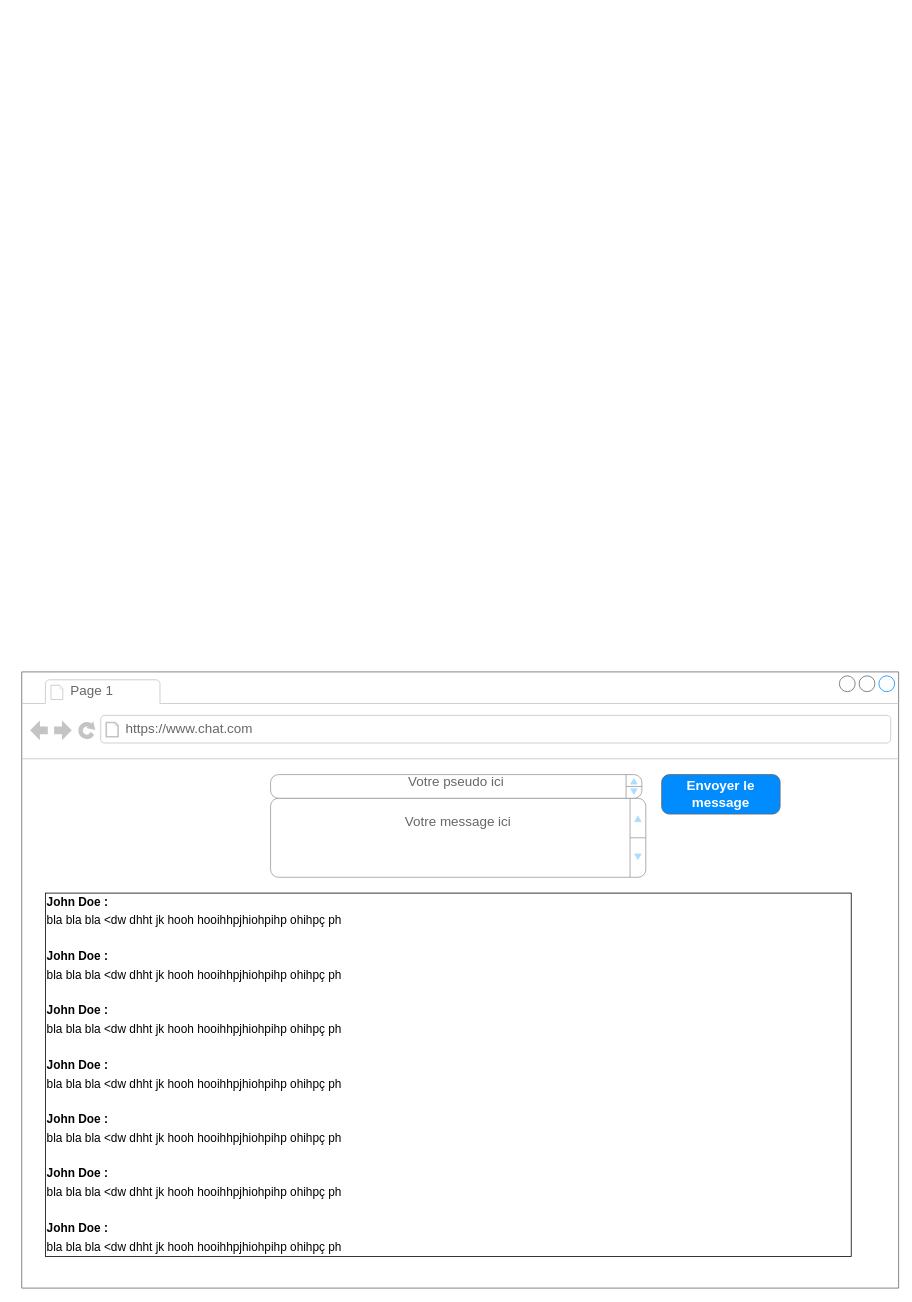
Earlier version of the draw.io diagram mockup_chat.drawio (jeremyannereau/ECF). Source tidied: cells renumbered, new cells numbered last; positions are measured from the earlier drawing's top-left corner, leaving out a move shared by most shapes. Both pictures are drawn from the tidied source at 79%, with x=0, y=0 at pixel (21, 672).
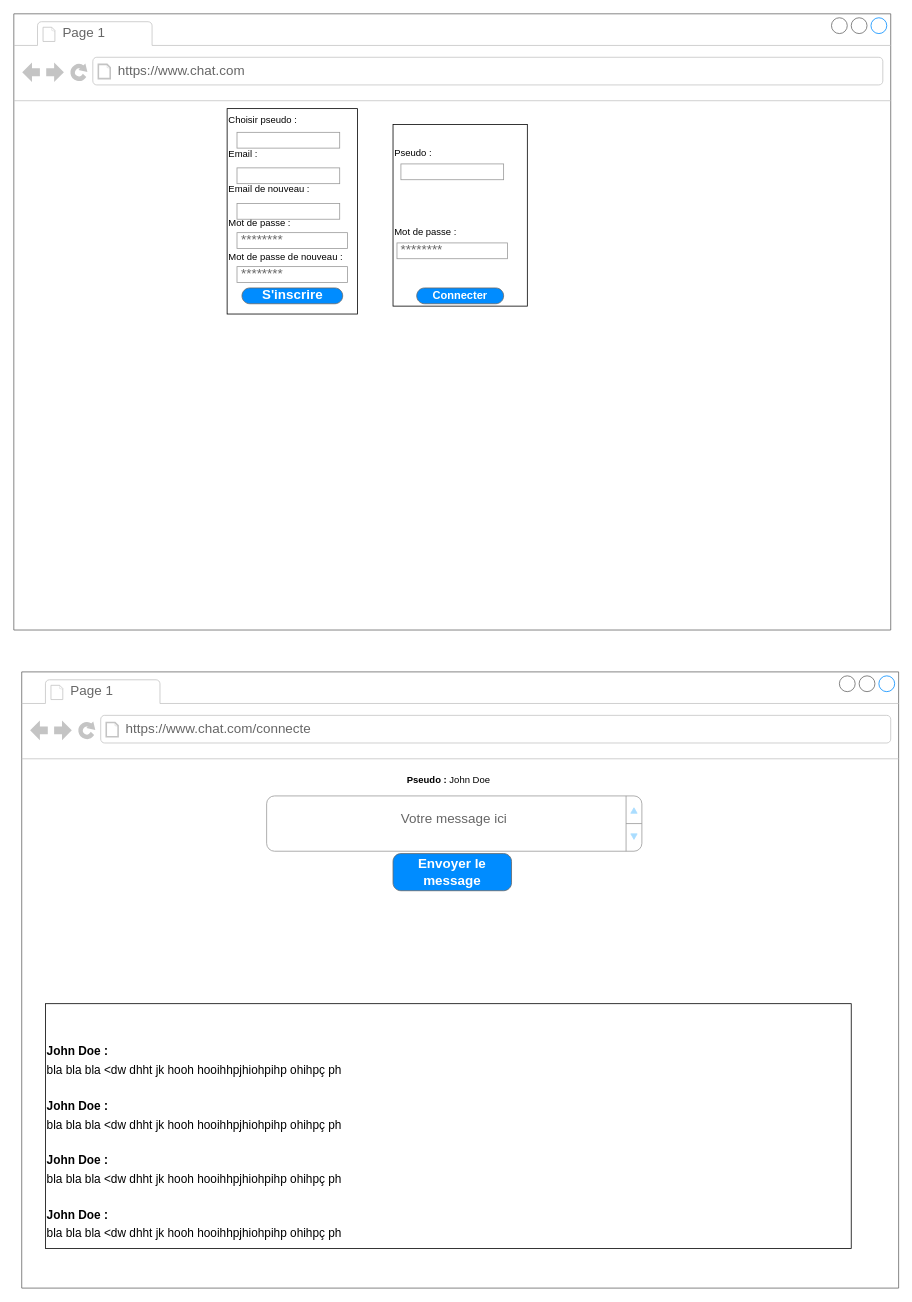
The same diagram, later.

The change refers to these unchanged cells:
```xml
<mxCell id="2" style="strokeWidth=1;shadow=0;dashed=0;align=center;html=1;shape=mxgraph.mockup.containers.browserWindow;rSize=0;strokeColor=#666666;strokeColor2=#008cff;strokeColor3=#c4c4c4;mainText=,;" parent="1" vertex="1">
  <mxGeometry width="1110" height="780" as="geometry" />
</mxCell>
```

What changed in the source:
```diff
@@
-    <mxCell id="4" value="https://www.chat.com" style="strokeWidth=1;shadow=0;dashed=0;align=center;html=1;shape=mxgraph.mockup.containers.anchor;rSize=0;fontSize=17;fontColor=#666666;align=left;" parent="2" vertex="1">
+    <mxCell id="4" value="https://www.chat.com/connecte" style="strokeWidth=1;shadow=0;dashed=0;align=center;html=1;shape=mxgraph.mockup.containers.anchor;rSize=0;fontSize=17;fontColor=#666666;align=left;" parent="2" vertex="1">
       <mxGeometry x="130" y="60" width="250" height="26" as="geometry" />
     </mxCell>
+    <mxCell id="8" value="&lt;p style=&quot;line-height: 80%&quot;&gt;&lt;br&gt;&lt;/p&gt;&lt;p style=&quot;line-height: 9.6px&quot;&gt;&lt;br&gt;&lt;/p&gt;&lt;p style=&quot;line-height: 9.6px&quot;&gt;&lt;b&gt;&lt;font style=&quot;font-size: 15px&quot;&gt;John Doe :&amp;nbsp;&lt;/font&gt;&lt;/b&gt;&lt;/p&gt;&lt;p style=&quot;line-height: 9.6px&quot;&gt;&lt;span style=&quot;font-size: 15px&quot;&gt;bla bla bla &amp;lt;dw dhht jk hooh hooihhpjhiohpihp ohihpç ph&lt;/span&gt;&amp;nbsp;&lt;/p&gt;&lt;p style=&quot;line-height: 9.6px&quot;&gt;&lt;br&gt;&lt;/p&gt;&lt;p style=&quot;line-height: 9.6px&quot;&gt;&lt;b&gt;&lt;font style=&quot;font-size: 15px&quot;&gt;John Doe :&amp;nbsp;&lt;/font&gt;&lt;/b&gt;&lt;/p&gt;&lt;p style=&quot;line-height: 9.6px&quot;&gt;&lt;span style=&quot;font-size: 15px&quot;&gt;bla bla bla &amp;lt;dw dhht jk hooh hooihhpjhiohpihp ohihpç ph&lt;/span&gt;&amp;nbsp;&lt;/p&gt;&lt;p style=&quot;line-height: 9.6px&quot;&gt;&lt;br&gt;&lt;/p&gt;&lt;p style=&quot;line-height: 9.6px&quot;&gt;&lt;b&gt;&lt;font style=&quot;font-size: 15px&quot;&gt;John Doe :&amp;nbsp;&lt;/font&gt;&lt;/b&gt;&lt;/p&gt;&lt;p style=&quot;line-height: 9.6px&quot;&gt;&lt;span style=&quot;font-size: 15px&quot;&gt;bla bla bla &amp;lt;dw dhht jk hooh hooihhpjhiohpihp ohihpç ph&lt;/span&gt;&amp;nbsp;&lt;/p&gt;&lt;p style=&quot;line-height: 9.6px&quot;&gt;&lt;br&gt;&lt;/p&gt;&lt;p style=&quot;line-height: 9.6px&quot;&gt;&lt;b&gt;&lt;font style=&quot;font-size: 15px&quot;&gt;John Doe :&amp;nbsp;&lt;/font&gt;&lt;/b&gt;&lt;/p&gt;&lt;p style=&quot;line-height: 9.6px&quot;&gt;&lt;span style=&quot;font-size: 15px&quot;&gt;bla bla bla &amp;lt;dw dhht jk hooh hooihhpjhiohpihp ohihpç ph&lt;/span&gt;&amp;nbsp;&lt;/p&gt;" style="whiteSpace=wrap;html=1;align=left;" parent="2" vertex="1">
+      <mxGeometry x="30" y="420" width="1020" height="310" as="geometry" />
+    </mxCell>
     <mxCell id="5" value="&lt;br&gt;Votre message ici" style="strokeWidth=1;shadow=0;dashed=0;align=center;html=1;shape=mxgraph.mockup.forms.spinner;strokeColor=#999999;spinLayout=right;spinStyle=normal;adjStyle=triangle;fillColor=#aaddff;fontSize=17;fontColor=#666666;mainText=;html=1;overflow=fill;" parent="2" vertex="1">
-      <mxGeometry x="315" y="160" width="475" height="100" as="geometry" />
+      <mxGeometry x="310" y="157" width="475" height="70" as="geometry" />
     </mxCell>
-    <mxCell id="6" value="Votre pseudo ici" style="strokeWidth=1;shadow=0;dashed=0;align=center;html=1;shape=mxgraph.mockup.forms.spinner;strokeColor=#999999;spinLayout=right;spinStyle=normal;adjStyle=triangle;fillColor=#aaddff;fontSize=17;fontColor=#666666;mainText=;html=1;overflow=fill;" parent="2" vertex="1">
-      <mxGeometry x="315" y="130" width="470" height="30" as="geometry" />
-    </mxCell>
     <mxCell id="7" value="Envoyer le message" style="strokeWidth=1;shadow=0;dashed=0;align=center;html=1;shape=mxgraph.mockup.buttons.button;strokeColor=#666666;fontColor=#ffffff;mainText=;buttonStyle=round;fontSize=17;fontStyle=1;fillColor=#008cff;whiteSpace=wrap;" parent="2" vertex="1">
-      <mxGeometry x="810" y="130" width="150" height="50" as="geometry" />
+      <mxGeometry x="470" y="230" width="150" height="47" as="geometry" />
     </mxCell>
-    <mxCell id="8" value="&lt;p style=&quot;line-height: 80%&quot;&gt;&lt;b&gt;&lt;font style=&quot;font-size: 15px&quot;&gt;John Doe :&amp;nbsp;&lt;/font&gt;&lt;/b&gt;&lt;/p&gt;&lt;p style=&quot;line-height: 80%&quot;&gt;&lt;span style=&quot;font-size: 15px&quot;&gt;bla bla bla &amp;lt;dw dhht jk hooh hooihhpjhiohpihp ohihpç ph&lt;/span&gt;&amp;nbsp;&lt;/p&gt;&lt;p style=&quot;line-height: 80%&quot;&gt;&lt;br&gt;&lt;/p&gt;&lt;p style=&quot;line-height: 9.6px&quot;&gt;&lt;b&gt;&lt;font style=&quot;font-size: 15px&quot;&gt;John Doe :&amp;nbsp;&lt;/font&gt;&lt;/b&gt;&lt;/p&gt;&lt;p style=&quot;line-height: 9.6px&quot;&gt;&lt;span style=&quot;font-size: 15px&quot;&gt;bla bla bla &amp;lt;dw dhht jk hooh hooihhpjhiohpihp ohihpç ph&lt;/span&gt;&amp;nbsp;&lt;/p&gt;&lt;p style=&quot;line-height: 9.6px&quot;&gt;&lt;br&gt;&lt;/p&gt;&lt;p style=&quot;line-height: 9.6px&quot;&gt;&lt;b&gt;&lt;font style=&quot;font-size: 15px&quot;&gt;John Doe :&amp;nbsp;&lt;/font&gt;&lt;/b&gt;&lt;/p&gt;&lt;p style=&quot;line-height: 9.6px&quot;&gt;&lt;span style=&quot;font-size: 15px&quot;&gt;bla bla bla &amp;lt;dw dhht jk hooh hooihhpjhiohpihp ohihpç ph&lt;/span&gt;&amp;nbsp;&lt;/p&gt;&lt;p style=&quot;line-height: 9.6px&quot;&gt;&lt;br&gt;&lt;/p&gt;&lt;p style=&quot;line-height: 9.6px&quot;&gt;&lt;b&gt;&lt;font style=&quot;font-size: 15px&quot;&gt;John Doe :&amp;nbsp;&lt;/font&gt;&lt;/b&gt;&lt;/p&gt;&lt;p style=&quot;line-height: 9.6px&quot;&gt;&lt;span style=&quot;font-size: 15px&quot;&gt;bla bla bla &amp;lt;dw dhht jk hooh hooihhpjhiohpihp ohihpç ph&lt;/span&gt;&amp;nbsp;&lt;/p&gt;&lt;p style=&quot;line-height: 9.6px&quot;&gt;&lt;br&gt;&lt;/p&gt;&lt;p style=&quot;line-height: 9.6px&quot;&gt;&lt;b&gt;&lt;font style=&quot;font-size: 15px&quot;&gt;John Doe :&amp;nbsp;&lt;/font&gt;&lt;/b&gt;&lt;/p&gt;&lt;p style=&quot;line-height: 9.6px&quot;&gt;&lt;span style=&quot;font-size: 15px&quot;&gt;bla bla bla &amp;lt;dw dhht jk hooh hooihhpjhiohpihp ohihpç ph&lt;/span&gt;&amp;nbsp;&lt;/p&gt;&lt;p style=&quot;line-height: 9.6px&quot;&gt;&lt;br&gt;&lt;/p&gt;&lt;p style=&quot;line-height: 9.6px&quot;&gt;&lt;b&gt;&lt;font style=&quot;font-size: 15px&quot;&gt;John Doe :&amp;nbsp;&lt;/font&gt;&lt;/b&gt;&lt;/p&gt;&lt;p style=&quot;line-height: 9.6px&quot;&gt;&lt;span style=&quot;font-size: 15px&quot;&gt;bla bla bla &amp;lt;dw dhht jk hooh hooihhpjhiohpihp ohihpç ph&lt;/span&gt;&amp;nbsp;&lt;/p&gt;&lt;p style=&quot;line-height: 9.6px&quot;&gt;&lt;br&gt;&lt;/p&gt;&lt;p style=&quot;line-height: 9.6px&quot;&gt;&lt;b&gt;&lt;font style=&quot;font-size: 15px&quot;&gt;John Doe :&amp;nbsp;&lt;/font&gt;&lt;/b&gt;&lt;/p&gt;&lt;p style=&quot;line-height: 9.6px&quot;&gt;&lt;span style=&quot;font-size: 15px&quot;&gt;bla bla bla &amp;lt;dw dhht jk hooh hooihhpjhiohpihp ohihpç ph&lt;/span&gt;&amp;nbsp;&lt;/p&gt;" style="whiteSpace=wrap;html=1;align=left;" parent="2" vertex="1">
-      <mxGeometry x="30" y="280" width="1020" height="460" as="geometry" />
-    </mxCell>
+    <mxCell id="9" value="&lt;b&gt;Pseudo :&lt;/b&gt; John Doe" style="text;html=1;align=center;verticalAlign=middle;" parent="2" vertex="1">
+      <mxGeometry x="480" y="127" width="120" height="20" as="geometry" />
+    </mxCell>
+    <mxCell id="10" style="strokeWidth=1;shadow=0;dashed=0;align=center;html=1;shape=mxgraph.mockup.containers.browserWindow;rSize=0;strokeColor=#666666;strokeColor2=#008cff;strokeColor3=#c4c4c4;mainText=,;" parent="1" vertex="1">
+      <mxGeometry x="-10" y="-833" width="1110" height="780" as="geometry" />
+    </mxCell>
+    <mxCell id="11" value="Page 1" style="strokeWidth=1;shadow=0;dashed=0;align=center;html=1;shape=mxgraph.mockup.containers.anchor;fontSize=17;fontColor=#666666;align=left;" parent="10" vertex="1">
+      <mxGeometry x="60" y="12" width="110" height="26" as="geometry" />
+    </mxCell>
+    <mxCell id="12" value="https://www.chat.com" style="strokeWidth=1;shadow=0;dashed=0;align=center;html=1;shape=mxgraph.mockup.containers.anchor;rSize=0;fontSize=17;fontColor=#666666;align=left;" parent="10" vertex="1">
+      <mxGeometry x="130" y="60" width="250" height="26" as="geometry" />
+    </mxCell>
+    <mxCell id="13" value="Choisir pseudo :&lt;br&gt;&lt;br&gt;&lt;br&gt;Email :&lt;br&gt;&lt;br&gt;&lt;br&gt;Email de nouveau :&lt;br&gt;&lt;br&gt;&lt;br&gt;Mot de passe :&lt;br&gt;&lt;br&gt;&lt;br&gt;Mot de passe de nouveau :&lt;br&gt;&lt;br&gt;&lt;br&gt;&lt;br&gt;&lt;br&gt;" style="whiteSpace=wrap;html=1;align=left;" parent="10" vertex="1">
+      <mxGeometry x="270" y="120" width="165" height="260" as="geometry" />
+    </mxCell>
+    <mxCell id="14" value="********" style="strokeWidth=1;shadow=0;dashed=0;align=center;html=1;shape=mxgraph.mockup.forms.pwField;strokeColor=#999999;mainText=;align=left;fontColor=#666666;fontSize=17;spacingLeft=3;" parent="10" vertex="1">
+      <mxGeometry x="282.5" y="277" width="140" height="20" as="geometry" />
+    </mxCell>
+    <mxCell id="15" value="********" style="strokeWidth=1;shadow=0;dashed=0;align=center;html=1;shape=mxgraph.mockup.forms.pwField;strokeColor=#999999;mainText=;align=left;fontColor=#666666;fontSize=17;spacingLeft=3;" parent="10" vertex="1">
+      <mxGeometry x="282.5" y="320" width="140" height="20" as="geometry" />
+    </mxCell>
+    <mxCell id="16" style="strokeWidth=1;shadow=0;dashed=0;align=center;html=1;shape=mxgraph.mockup.forms.pwField;strokeColor=#999999;mainText=;align=left;fontColor=#666666;fontSize=17;spacingLeft=3;" parent="10" vertex="1">
+      <mxGeometry x="282.5" y="150" width="130" height="20" as="geometry" />
+    </mxCell>
+    <mxCell id="17" style="strokeWidth=1;shadow=0;dashed=0;align=center;html=1;shape=mxgraph.mockup.forms.pwField;strokeColor=#999999;mainText=;align=left;fontColor=#666666;fontSize=17;spacingLeft=3;" parent="10" vertex="1">
+      <mxGeometry x="282.5" y="195" width="130" height="20" as="geometry" />
+    </mxCell>
+    <mxCell id="18" style="strokeWidth=1;shadow=0;dashed=0;align=center;html=1;shape=mxgraph.mockup.forms.pwField;strokeColor=#999999;mainText=;align=left;fontColor=#666666;fontSize=17;spacingLeft=3;" parent="10" vertex="1">
+      <mxGeometry x="282.5" y="240" width="130" height="20" as="geometry" />
+    </mxCell>
+    <mxCell id="19" value="S'inscrire" style="strokeWidth=1;shadow=0;dashed=0;align=center;html=1;shape=mxgraph.mockup.buttons.button;strokeColor=#666666;fontColor=#ffffff;mainText=;buttonStyle=round;fontSize=17;fontStyle=1;fillColor=#008cff;whiteSpace=wrap;" parent="10" vertex="1">
+      <mxGeometry x="288.8" y="347" width="127.5" height="20" as="geometry" />
+    </mxCell>
+    <mxCell id="20" value="Pseudo :&lt;br&gt;&lt;br&gt;&lt;br&gt;&lt;br&gt;&lt;br&gt;&lt;br&gt;&amp;nbsp; &amp;nbsp; &amp;nbsp; &amp;nbsp; &amp;nbsp; &amp;nbsp; &amp;nbsp; &amp;nbsp; &amp;nbsp; &amp;nbsp; &amp;nbsp; &amp;nbsp; &amp;nbsp; &amp;nbsp; &amp;nbsp; &amp;nbsp; &amp;nbsp; &amp;nbsp;&lt;br&gt;Mot de passe :&lt;br&gt;&lt;br&gt;&lt;br&gt;&lt;br&gt;&lt;br&gt;" style="whiteSpace=wrap;html=1;align=left;" parent="10" vertex="1">
+      <mxGeometry x="480" y="140" width="170" height="230" as="geometry" />
+    </mxCell>
+    <mxCell id="21" style="strokeWidth=1;shadow=0;dashed=0;align=center;html=1;shape=mxgraph.mockup.forms.pwField;strokeColor=#999999;mainText=;align=left;fontColor=#666666;fontSize=17;spacingLeft=3;" parent="10" vertex="1">
+      <mxGeometry x="490" y="190" width="130" height="20" as="geometry" />
+    </mxCell>
+    <mxCell id="22" value="********" style="strokeWidth=1;shadow=0;dashed=0;align=center;html=1;shape=mxgraph.mockup.forms.pwField;strokeColor=#999999;mainText=;align=left;fontColor=#666666;fontSize=17;spacingLeft=3;" parent="10" vertex="1">
+      <mxGeometry x="485" y="290" width="140" height="20" as="geometry" />
+    </mxCell>
+    <mxCell id="23" value="&lt;font style=&quot;font-size: 14px&quot;&gt;Connecter&lt;/font&gt;" style="strokeWidth=1;shadow=0;dashed=0;align=center;html=1;shape=mxgraph.mockup.buttons.button;strokeColor=#666666;fontColor=#ffffff;mainText=;buttonStyle=round;fontSize=17;fontStyle=1;fillColor=#008cff;whiteSpace=wrap;" parent="10" vertex="1">
+      <mxGeometry x="510" y="347" width="110" height="20" as="geometry" />
+    </mxCell>
```
